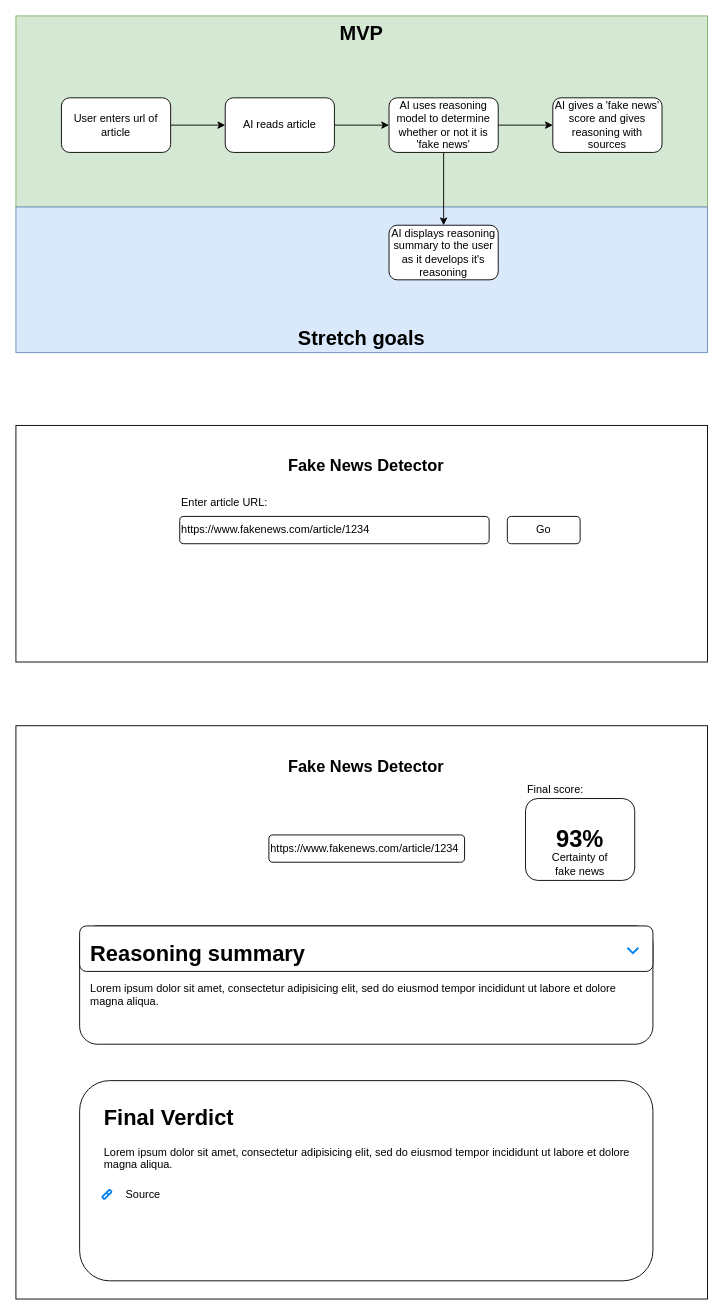
Above: ai-august-2025-08.drawio in davedonnellydev/ai-august-2025-08 (draw.io), before the change. Source tidied: cells renumbered, new cells numbered last; positions are measured from the earlier drawing's top-left corner, leaving out a move shared by most shapes. Both pictures are drawn from the tidied source at 91%, with x=0, y=0 at pixel (15, 15).
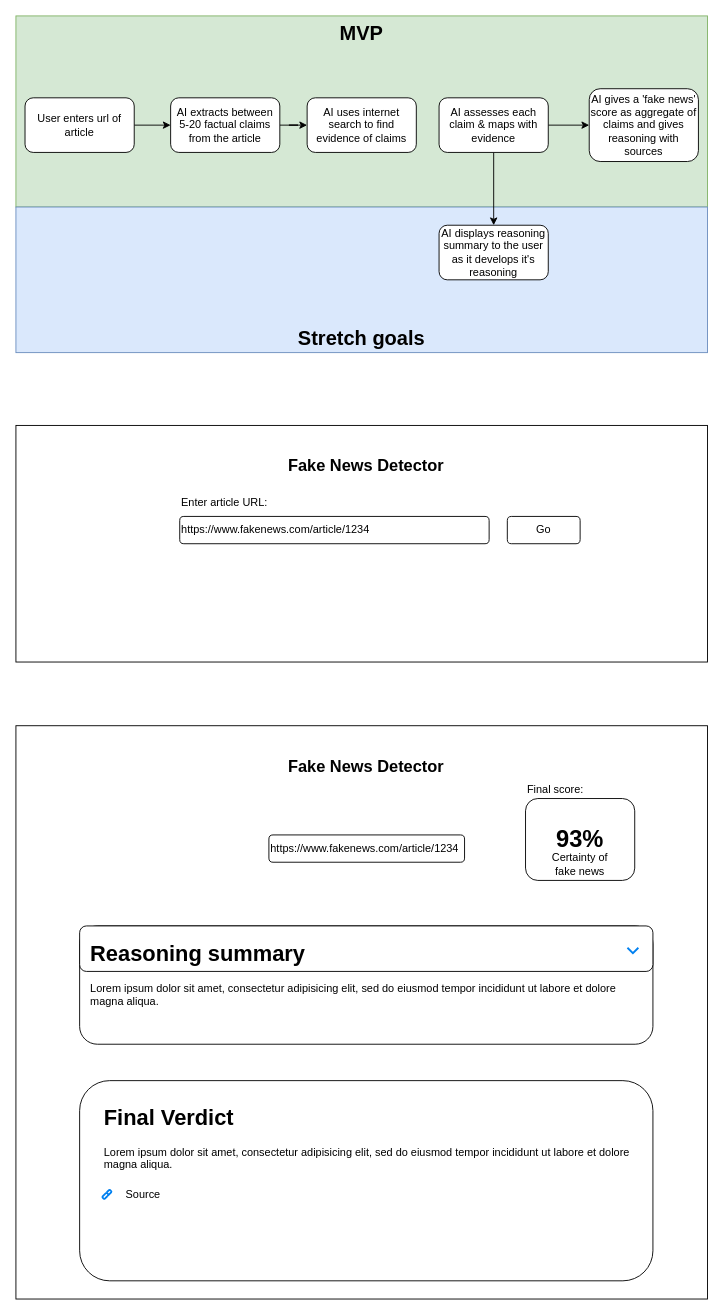
The same page after the edit.

What changed in the source:
```diff
@@
     <mxCell id="5" value="User enters url of article" style="rounded=1;whiteSpace=wrap;html=1;" parent="1" vertex="1">
-      <mxGeometry x="50" y="90" width="120" height="60" as="geometry" />
+      <mxGeometry x="10" y="90" width="120" height="60" as="geometry" />
     </mxCell>
-    <mxCell id="6" style="edgeStyle=orthogonalEdgeStyle;rounded=0;jettySize=auto;html=1;" parent="1" edge="1" source="7" target="10">
-      <mxGeometry relative="1" as="geometry" />
-    </mxCell>
+    <mxCell id="32" style="edgeStyle=orthogonalEdgeStyle;rounded=0;jettySize=auto;html=1;" parent="1" edge="1" source="7" target="33">
+      <mxGeometry relative="1" as="geometry" />
+    </mxCell>
-    <mxCell id="7" value="AI reads article" style="whiteSpace=wrap;html=1;rounded=1;" parent="1" vertex="1">
-      <mxGeometry x="230" y="90" width="120" height="60" as="geometry" />
+    <mxCell id="7" value="AI extracts between 5-20 factual claims from the article" style="whiteSpace=wrap;html=1;rounded=1;" parent="1" vertex="1">
+      <mxGeometry x="170" y="90" width="120" height="60" as="geometry" />
     </mxCell>
@@
-    <mxCell id="10" value="AI uses reasoning model to determine whether or not it is 'fake news'" style="whiteSpace=wrap;html=1;rounded=1;" parent="1" vertex="1">
-      <mxGeometry x="410" y="90" width="120" height="60" as="geometry" />
+    <mxCell id="10" value="AI assesses each claim &amp;amp; maps with evidence" style="whiteSpace=wrap;html=1;rounded=1;" parent="1" vertex="1">
+      <mxGeometry x="465" y="90" width="120" height="60" as="geometry" />
     </mxCell>
-    <mxCell id="11" value="AI gives a 'fake news' score and gives reasoning with sources" style="whiteSpace=wrap;html=1;rounded=1;" parent="1" vertex="1">
-      <mxGeometry x="590" y="90" width="120" height="60" as="geometry" />
+    <mxCell id="11" value="AI gives a 'fake news' score as aggregate of claims and gives reasoning with sources" style="whiteSpace=wrap;html=1;rounded=1;" parent="1" vertex="1">
+      <mxGeometry x="630" y="80" width="120" height="80" as="geometry" />
     </mxCell>
     <mxCell id="12" value="AI displays reasoning summary to the user as it develops it's reasoning" style="rounded=1;whiteSpace=wrap;html=1;" parent="1" vertex="1">
-      <mxGeometry x="410" y="230" width="120" height="60" as="geometry" />
+      <mxGeometry x="465" y="230" width="120" height="60" as="geometry" />
     </mxCell>
@@
+    <mxCell id="33" value="AI uses internet search to find evidence of claims" style="rounded=1;whiteSpace=wrap;html=1;" parent="1" vertex="1">
+      <mxGeometry x="320" y="90" width="120" height="60" as="geometry" />
+    </mxCell>
```
